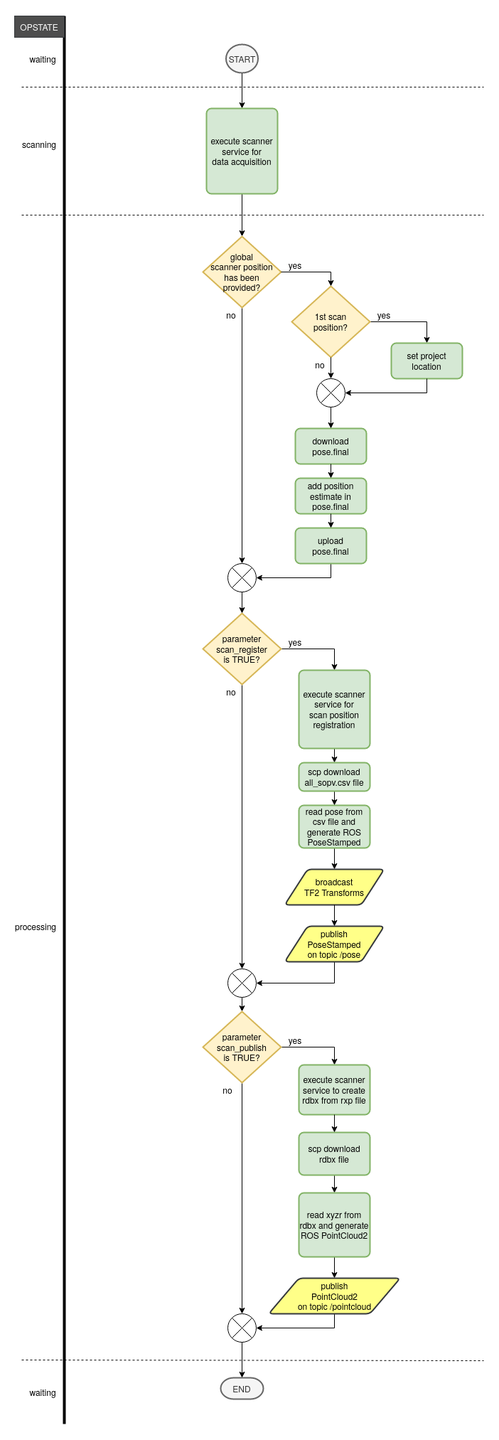
Before: riegl_vz/img/scan.png, a diagram exported from draw.io (riegllms/ros-riegl-vz). Source tidied: cells renumbered, new cells last; positions are measured from the earlier drawing's top-left corner, leaving out a move shared by most shapes.
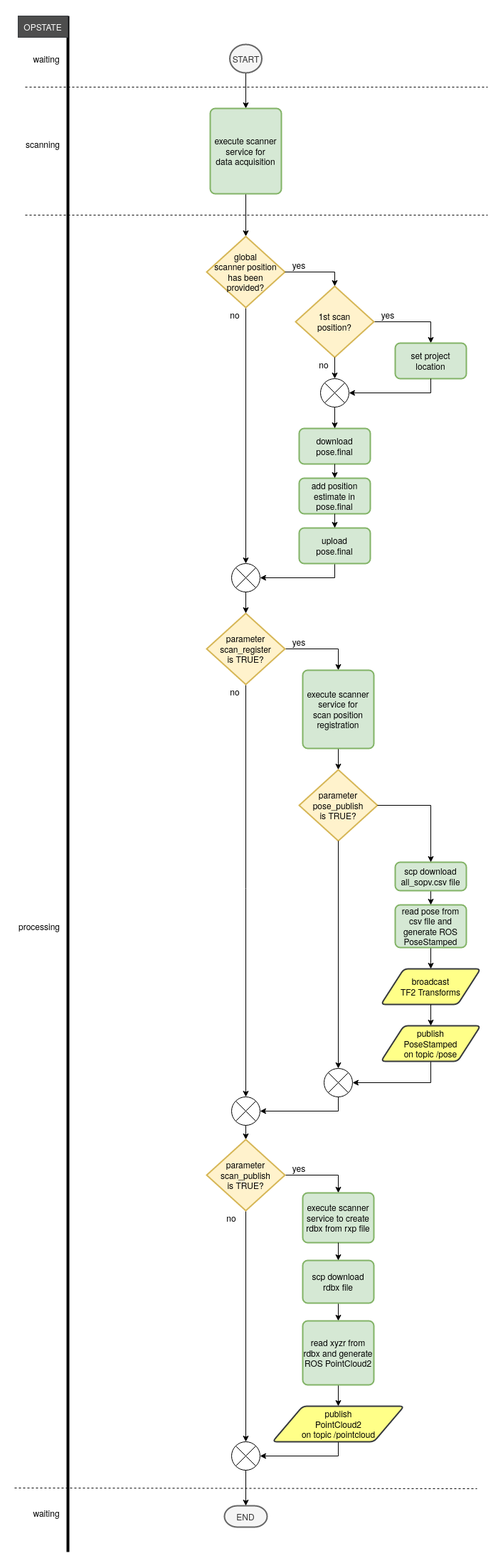
After the commit.

Commit message:
Add 'publish_pose' config parameter.

The edit, as a diff of the source:
```diff
@@ -13,7 +13,7 @@
     </mxCell>
     <mxCell id="5" style="endArrow=none;html=1;strokeWidth=4;entryX=1;entryY=0;entryDx=0;entryDy=0;" parent="1" edge="1" target="28">
       <mxGeometry relative="1" as="geometry">
-        <mxPoint x="70" y="1980" as="sourcePoint" />
+        <mxPoint x="70" y="2160" as="sourcePoint" />
       </mxGeometry>
     </mxCell>
     <mxCell id="6" value="waiting" style="text;html=1;strokeColor=none;fillColor=none;align=center;verticalAlign=middle;whiteSpace=wrap;rounded=0;" parent="1" vertex="1">
@@ -40,7 +40,7 @@
     <mxCell id="12" value="&lt;div&gt;parameter&lt;/div&gt;&lt;div&gt;scan_register&lt;/div&gt;&lt;div&gt;is TRUE?&lt;br&gt;&lt;/div&gt;" style="strokeWidth=2;html=1;shape=mxgraph.flowchart.decision;whiteSpace=wrap;fillColor=#fff2cc;strokeColor=#d6b656;" parent="1" vertex="1">
       <mxGeometry x="265" y="840" width="110" height="100" as="geometry" />
     </mxCell>
-    <mxCell id="13" style="edgeStyle=orthogonalEdgeStyle;rounded=0;jettySize=auto;html=1;exitX=0.5;exitY=1;exitDx=0;exitDy=0;entryX=0.5;entryY=0;entryDx=0;entryDy=0;" parent="1" edge="1" source="14" target="19">
+    <mxCell id="13" style="edgeStyle=orthogonalEdgeStyle;rounded=0;jettySize=auto;html=1;exitX=0.5;exitY=1;exitDx=0;exitDy=0;entryX=0.5;entryY=0;entryDx=0;entryDy=0;entryPerimeter=0;fontStyle=1;" parent="1" edge="1" source="14" target="70">
       <mxGeometry relative="1" as="geometry" />
     </mxCell>
     <mxCell id="14" value="&lt;div&gt;&lt;br&gt;&lt;/div&gt;&lt;div&gt;execute scanner service for &lt;br&gt;&lt;/div&gt;&lt;div&gt;scan position registration&lt;/div&gt;&lt;div&gt;&lt;br&gt;&lt;/div&gt;" style="rounded=1;whiteSpace=wrap;html=1;absoluteArcSize=1;arcSize=14;strokeWidth=2;fillColor=#d5e8d4;strokeColor=#82b366;" parent="1" vertex="1">
@@ -50,34 +50,34 @@
       <mxGeometry relative="1" as="geometry" />
     </mxCell>
     <mxCell id="16" value="&lt;div&gt;read pose from &lt;br&gt;&lt;/div&gt;&lt;div&gt;csv file and generate ROS PoseStamped&lt;br&gt;&lt;/div&gt;" style="rounded=1;whiteSpace=wrap;html=1;absoluteArcSize=1;arcSize=14;strokeWidth=2;fillColor=#d5e8d4;strokeColor=#82b366;" parent="1" vertex="1">
-      <mxGeometry x="400" y="1110" width="100" height="60" as="geometry" />
+      <mxGeometry x="530" y="1250" width="100" height="60" as="geometry" />
     </mxCell>
-    <mxCell id="17" style="edgeStyle=orthogonalEdgeStyle;rounded=0;jettySize=auto;html=1;exitX=0.5;exitY=1;exitDx=0;exitDy=0;entryX=1;entryY=0.5;entryDx=0;entryDy=0;entryPerimeter=0;" parent="1" edge="1" source="53" target="22">
+    <mxCell id="17" style="edgeStyle=orthogonalEdgeStyle;rounded=0;jettySize=auto;html=1;exitX=0.5;exitY=1;exitDx=0;exitDy=0;entryX=1;entryY=0.5;entryDx=0;entryDy=0;entryPerimeter=0;startArrow=none;" parent="1" edge="1" source="53" target="73">
       <mxGeometry relative="1" as="geometry" />
     </mxCell>
     <mxCell id="18" style="edgeStyle=orthogonalEdgeStyle;rounded=0;jettySize=auto;html=1;exitX=0.5;exitY=1;exitDx=0;exitDy=0;entryX=0.5;entryY=0;entryDx=0;entryDy=0;" parent="1" edge="1" source="19" target="16">
       <mxGeometry relative="1" as="geometry" />
     </mxCell>
     <mxCell id="19" value="&lt;div&gt;scp download &lt;br&gt;&lt;/div&gt;&lt;div&gt;all_sopv.csv file&lt;br&gt;&lt;/div&gt;" style="rounded=1;whiteSpace=wrap;html=1;absoluteArcSize=1;arcSize=14;strokeWidth=2;fillColor=#d5e8d4;strokeColor=#82b366;" parent="1" vertex="1">
-      <mxGeometry x="400" y="1050" width="100" height="40" as="geometry" />
+      <mxGeometry x="530" y="1190" width="100" height="40" as="geometry" />
     </mxCell>
     <mxCell id="20" value="waiting" style="text;html=1;strokeColor=none;fillColor=none;align=center;verticalAlign=middle;whiteSpace=wrap;rounded=0;" parent="1" vertex="1">
-      <mxGeometry x="20" y="1925" width="40" height="20" as="geometry" />
+      <mxGeometry x="20" y="2095" width="40" height="20" as="geometry" />
     </mxCell>
     <mxCell id="21" style="edgeStyle=orthogonalEdgeStyle;rounded=0;jettySize=auto;html=1;exitX=0.5;exitY=1;exitDx=0;exitDy=0;exitPerimeter=0;entryX=0.5;entryY=0;entryDx=0;entryDy=0;entryPerimeter=0;" parent="1" edge="1" source="22" target="59">
       <mxGeometry relative="1" as="geometry" />
     </mxCell>
     <mxCell id="22" style="verticalLabelPosition=bottom;verticalAlign=top;html=1;shape=mxgraph.flowchart.or;" parent="1" vertex="1">
-      <mxGeometry x="300" y="1340" width="40" height="40" as="geometry" />
+      <mxGeometry x="300" y="1520" width="40" height="40" as="geometry" />
     </mxCell>
     <mxCell id="23" style="endArrow=none;dashed=1;html=1;" parent="1" edge="1">
       <mxGeometry relative="1" as="geometry">
-        <mxPoint x="10" y="1890" as="sourcePoint" />
-        <mxPoint x="660" y="1891" as="targetPoint" />
+        <mxPoint x="-5" y="2070" as="sourcePoint" />
+        <mxPoint x="645" y="2071" as="targetPoint" />
       </mxGeometry>
     </mxCell>
     <mxCell id="24" value="END" style="strokeWidth=2;html=1;shape=mxgraph.flowchart.terminator;whiteSpace=wrap;fillColor=#f5f5f5;strokeColor=#666666;fontColor=#333333;" parent="1" vertex="1">
-      <mxGeometry x="290" y="1915" width="60" height="30" as="geometry" />
+      <mxGeometry x="290" y="2095" width="60" height="30" as="geometry" />
     </mxCell>
     <mxCell id="25" value="START" style="strokeWidth=2;html=1;shape=mxgraph.flowchart.start_2;whiteSpace=wrap;fillColor=#f5f5f5;strokeColor=#666666;fontColor=#333333;" parent="1" vertex="1">
       <mxGeometry x="297.5" y="40" width="45" height="40" as="geometry" />
@@ -89,7 +89,7 @@
       </mxGeometry>
     </mxCell>
     <mxCell id="27" value="&lt;div&gt;broadcast&lt;/div&gt;&lt;div&gt;TF2 Transforms&lt;br&gt;&lt;/div&gt;" style="shape=parallelogram;html=1;strokeWidth=2;perimeter=parallelogramPerimeter;whiteSpace=wrap;rounded=1;arcSize=12;size=0.23;fillColor=#ffff88;strokeColor=#36393d;" parent="1" vertex="1">
-      <mxGeometry x="380" y="1200" width="140" height="50" as="geometry" />
+      <mxGeometry x="510" y="1340" width="140" height="50" as="geometry" />
     </mxCell>
     <mxCell id="28" value="OPSTATE" style="rounded=0;whiteSpace=wrap;html=1;strokeColor=#36393d;fillColor=#4D4D4D;fontColor=#FFFFFF;" parent="1" vertex="1">
       <mxGeometry width="70" height="30" as="geometry" />
@@ -179,7 +179,7 @@
       <mxGeometry x="285" y="940" width="40" height="20" as="geometry" />
     </mxCell>
     <mxCell id="53" value="&lt;div&gt;publish&lt;/div&gt;&lt;div&gt;PoseStamped &lt;br&gt;&lt;/div&gt;&lt;div&gt;on topic /pose&lt;br&gt;&lt;/div&gt;" style="shape=parallelogram;html=1;strokeWidth=2;perimeter=parallelogramPerimeter;whiteSpace=wrap;rounded=1;arcSize=12;size=0.23;fillColor=#ffff88;strokeColor=#36393d;" parent="1" vertex="1">
-      <mxGeometry x="380" y="1280" width="140" height="50" as="geometry" />
+      <mxGeometry x="510" y="1420" width="140" height="50" as="geometry" />
     </mxCell>
     <mxCell id="54" style="edgeStyle=orthogonalEdgeStyle;rounded=0;jettySize=auto;html=1;exitX=0.5;exitY=1;exitDx=0;exitDy=0;entryX=0.5;entryY=0;entryDx=0;entryDy=0;" parent="1" edge="1" source="27" target="53">
       <mxGeometry relative="1" as="geometry" />
@@ -188,7 +188,7 @@
       <mxGeometry relative="1" as="geometry" />
     </mxCell>
     <mxCell id="56" value="&lt;div&gt;scp download &lt;br&gt;&lt;/div&gt;&lt;div&gt;rdbx file&lt;br&gt;&lt;/div&gt;" style="rounded=1;whiteSpace=wrap;html=1;absoluteArcSize=1;arcSize=14;strokeWidth=2;fillColor=#d5e8d4;strokeColor=#82b366;" parent="1" vertex="1">
-      <mxGeometry x="400" y="1570" width="100" height="60" as="geometry" />
+      <mxGeometry x="400" y="1750" width="100" height="60" as="geometry" />
     </mxCell>
     <mxCell id="57" style="edgeStyle=orthogonalEdgeStyle;rounded=0;jettySize=auto;html=1;exitX=1;exitY=0.5;exitDx=0;exitDy=0;exitPerimeter=0;entryX=0.5;entryY=0;entryDx=0;entryDy=0;" parent="1" edge="1" source="59" target="68">
       <mxGeometry relative="1" as="geometry" />
@@ -197,42 +197,61 @@
       <mxGeometry relative="1" as="geometry" />
     </mxCell>
     <mxCell id="59" value="&lt;div&gt;parameter&lt;/div&gt;&lt;div&gt;scan_publish&lt;/div&gt;&lt;div&gt;is TRUE?&lt;br&gt;&lt;/div&gt;" style="strokeWidth=2;html=1;shape=mxgraph.flowchart.decision;whiteSpace=wrap;fillColor=#fff2cc;strokeColor=#d6b656;" parent="1" vertex="1">
-      <mxGeometry x="265" y="1400" width="110" height="100" as="geometry" />
+      <mxGeometry x="265" y="1580" width="110" height="100" as="geometry" />
     </mxCell>
     <mxCell id="60" style="edgeStyle=orthogonalEdgeStyle;rounded=0;jettySize=auto;html=1;exitX=0.5;exitY=1;exitDx=0;exitDy=0;entryX=0.5;entryY=0;entryDx=0;entryDy=0;" parent="1" edge="1" source="61" target="64">
       <mxGeometry relative="1" as="geometry" />
     </mxCell>
     <mxCell id="61" value="&lt;div&gt;read xyzr from rdbx and generate&lt;br&gt;&lt;/div&gt;&lt;div&gt;ROS PointCloud2&lt;br&gt;&lt;/div&gt;" style="rounded=1;whiteSpace=wrap;html=1;absoluteArcSize=1;arcSize=14;strokeWidth=2;fillColor=#d5e8d4;strokeColor=#82b366;" parent="1" vertex="1">
-      <mxGeometry x="400" y="1655" width="100" height="90" as="geometry" />
+      <mxGeometry x="400" y="1835" width="100" height="90" as="geometry" />
     </mxCell>
     <mxCell id="62" style="edgeStyle=orthogonalEdgeStyle;rounded=0;jettySize=auto;html=1;exitX=0.5;exitY=1;exitDx=0;exitDy=0;entryX=1;entryY=0.5;entryDx=0;entryDy=0;entryPerimeter=0;" parent="1" edge="1" source="64" target="63">
       <mxGeometry relative="1" as="geometry">
         <Array as="points">
-          <mxPoint x="450" y="1815" />
-          <mxPoint x="450" y="1845" />
+          <mxPoint x="450" y="1995" />
+          <mxPoint x="450" y="2025" />
         </Array>
       </mxGeometry>
     </mxCell>
     <mxCell id="63" style="verticalLabelPosition=bottom;verticalAlign=top;html=1;shape=mxgraph.flowchart.or;" parent="1" vertex="1">
-      <mxGeometry x="300" y="1825" width="40" height="40" as="geometry" />
+      <mxGeometry x="300" y="2005" width="40" height="40" as="geometry" />
     </mxCell>
     <mxCell id="64" value="&lt;div&gt;publish&lt;/div&gt;&lt;div&gt;PointCloud2&lt;/div&gt;&lt;div&gt;on topic /pointcloud&lt;br&gt;&lt;/div&gt;" style="shape=parallelogram;html=1;strokeWidth=2;perimeter=parallelogramPerimeter;whiteSpace=wrap;rounded=1;arcSize=12;size=0.23;fillColor=#ffff88;strokeColor=#36393d;" parent="1" vertex="1">
-      <mxGeometry x="357.5" y="1775" width="185" height="50" as="geometry" />
+      <mxGeometry x="357.5" y="1955" width="185" height="50" as="geometry" />
     </mxCell>
     <mxCell id="65" value="yes" style="text;html=1;strokeColor=none;fillColor=none;align=center;verticalAlign=middle;whiteSpace=wrap;rounded=0;" parent="1" vertex="1">
-      <mxGeometry x="375" y="1430" width="40" height="20" as="geometry" />
+      <mxGeometry x="375" y="1610" width="40" height="20" as="geometry" />
     </mxCell>
     <mxCell id="66" value="no" style="text;html=1;strokeColor=none;fillColor=none;align=center;verticalAlign=middle;whiteSpace=wrap;rounded=0;" parent="1" vertex="1">
-      <mxGeometry x="280" y="1500" width="40" height="20" as="geometry" />
+      <mxGeometry x="280" y="1680" width="40" height="20" as="geometry" />
     </mxCell>
     <mxCell id="67" style="endArrow=classic;html=1;rounded=0;exitX=0.5;exitY=1;exitDx=0;exitDy=0;exitPerimeter=0;entryX=0.5;entryY=0;entryDx=0;entryDy=0;entryPerimeter=0;" parent="1" edge="1" source="63" target="24">
       <mxGeometry relative="1" as="geometry" />
     </mxCell>
     <mxCell id="68" value="&lt;div&gt;execute scanner service to create rdbx from rxp file&lt;/div&gt;" style="rounded=1;whiteSpace=wrap;html=1;absoluteArcSize=1;arcSize=14;strokeWidth=2;fillColor=#d5e8d4;strokeColor=#82b366;" parent="1" vertex="1">
-      <mxGeometry x="400" y="1475" width="100" height="70" as="geometry" />
+      <mxGeometry x="400" y="1655" width="100" height="70" as="geometry" />
     </mxCell>
     <mxCell id="69" style="edgeStyle=orthogonalEdgeStyle;rounded=0;jettySize=auto;html=1;exitX=0.5;exitY=1;exitDx=0;exitDy=0;entryX=0.5;entryY=0;entryDx=0;entryDy=0;" parent="1" edge="1" source="68" target="56">
       <mxGeometry relative="1" as="geometry" />
     </mxCell>
+    <mxCell id="70" value="&lt;div&gt;parameter&lt;/div&gt;&lt;div&gt;pose_publish&lt;/div&gt;&lt;div&gt;is TRUE?&lt;br&gt;&lt;/div&gt;" style="strokeWidth=2;html=1;shape=mxgraph.flowchart.decision;whiteSpace=wrap;fillColor=#fff2cc;strokeColor=#d6b656;" parent="1" vertex="1">
+      <mxGeometry x="395" y="1060" width="110" height="100" as="geometry" />
+    </mxCell>
+    <mxCell id="71" style="edgeStyle=orthogonalEdgeStyle;rounded=0;jettySize=auto;html=1;exitX=1;exitY=0.5;exitDx=0;exitDy=0;entryX=0.5;entryY=0;entryDx=0;entryDy=0;exitPerimeter=0;" parent="1" edge="1" source="70" target="19">
+      <mxGeometry relative="1" as="geometry" />
+    </mxCell>
+    <mxCell id="72" style="edgeStyle=orthogonalEdgeStyle;rounded=0;jettySize=auto;html=1;exitX=0.5;exitY=1;exitDx=0;exitDy=0;entryX=0.5;entryY=0;entryDx=0;entryDy=0;entryPerimeter=0;exitPerimeter=0;" parent="1" edge="1" source="70" target="73">
+      <mxGeometry relative="1" as="geometry" />
+    </mxCell>
+    <mxCell id="73" style="verticalLabelPosition=bottom;verticalAlign=top;html=1;shape=mxgraph.flowchart.or;" parent="1" vertex="1">
+      <mxGeometry x="430" y="1480" width="40" height="40" as="geometry" />
+    </mxCell>
+    <mxCell id="74" style="edgeStyle=orthogonalEdgeStyle;rounded=0;jettySize=auto;html=1;entryX=1;entryY=0.5;entryDx=0;entryDy=0;entryPerimeter=0;startArrow=none;exitX=0.5;exitY=1;exitDx=0;exitDy=0;exitPerimeter=0;" parent="1" edge="1" source="73" target="22">
+      <mxGeometry relative="1" as="geometry">
+        <Array as="points">
+          <mxPoint x="450" y="1540" />
+        </Array>
+      </mxGeometry>
+    </mxCell>
   </root>
 </mxGraphModel>
```
